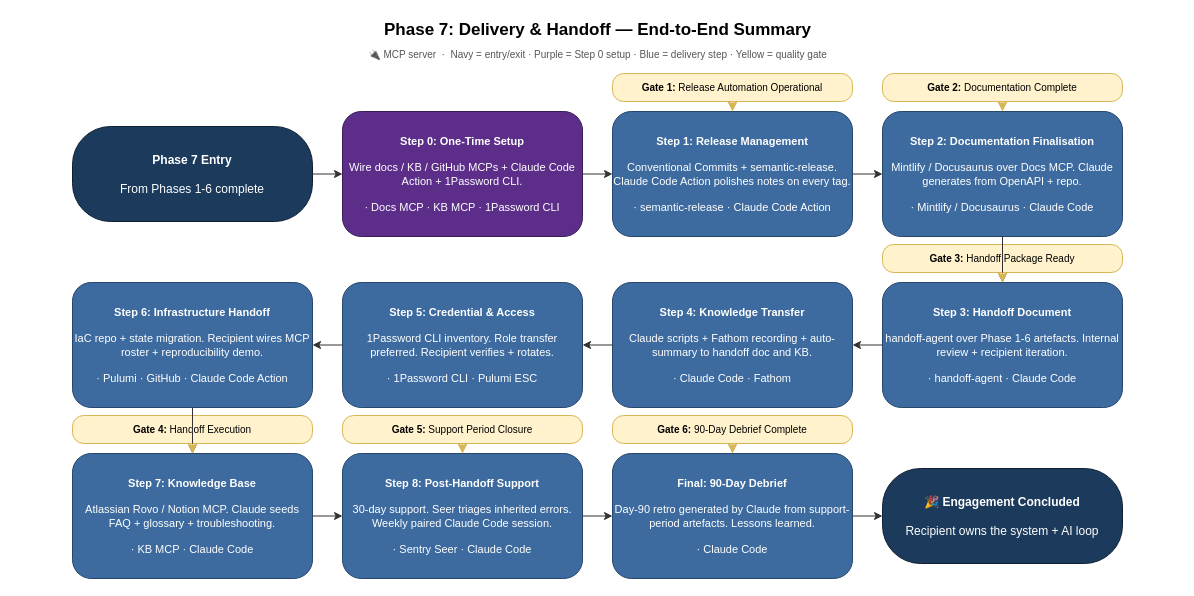
Earlier version of the draw.io diagram aidlc-phases/07-delivery-handoff/FLOWCHART-SUMMARY-horizontal.drawio (kalpat-allion/ai-dlc). Source tidied: cells renumbered, new cells numbered last; positions are measured from the earlier drawing's top-left corner, leaving out a move shared by most shapes. Both pictures are drawn from the tidied source at 100%, with x=0, y=0 at pixel (17, 17).
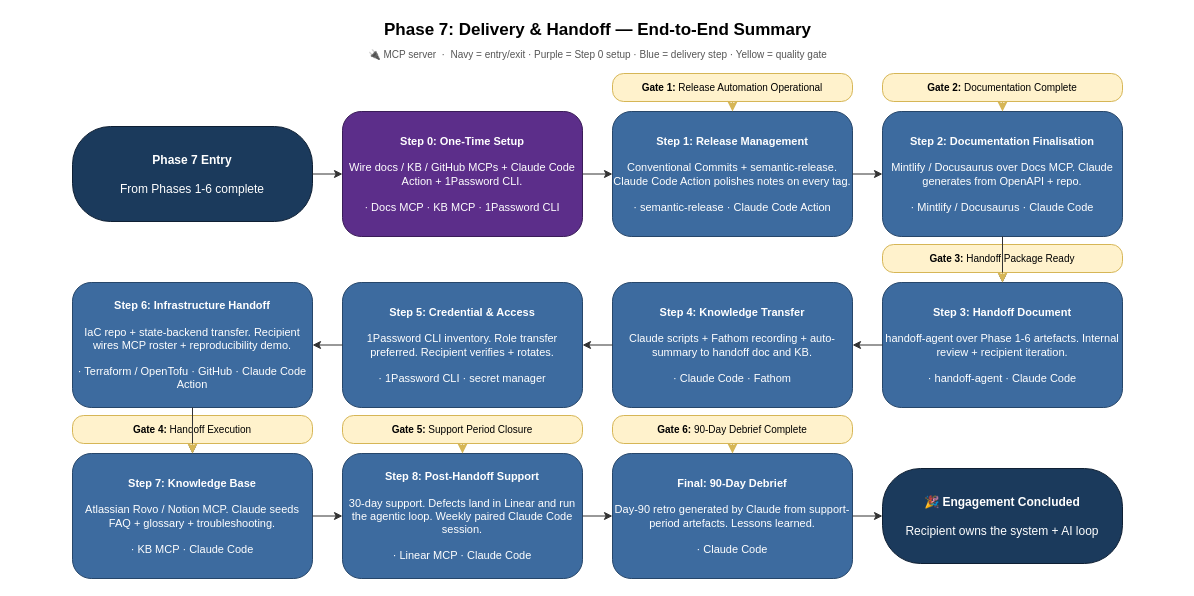
The same page after the edit.

Change to the diagram source:
```diff
@@
-    <mxCell id="13" value="&lt;b&gt;Step 5: Credential &amp;amp; Access&lt;/b&gt;&lt;br&gt;&lt;br&gt;1Password CLI inventory. Role transfer preferred. Recipient verifies + rotates.&lt;br&gt;&lt;br&gt;· 1Password CLI · Pulumi ESC" style="rounded=1;whiteSpace=wrap;html=1;fillColor=#3D6B9F;fontColor=#FFFFFF;strokeColor=#26466A;fontSize=11;" parent="1" vertex="1">
+    <mxCell id="13" value="&lt;b&gt;Step 5: Credential &amp;amp; Access&lt;/b&gt;&lt;br&gt;&lt;br&gt;1Password CLI inventory. Role transfer preferred. Recipient verifies + rotates.&lt;br&gt;&lt;br&gt;· 1Password CLI · secret manager" style="rounded=1;whiteSpace=wrap;html=1;fillColor=#3D6B9F;fontColor=#FFFFFF;strokeColor=#26466A;fontSize=11;" parent="1" vertex="1">
       <mxGeometry x="325" y="265" width="240" height="125" as="geometry" />
     </mxCell>
-    <mxCell id="14" value="&lt;b&gt;Step 6: Infrastructure Handoff&lt;/b&gt;&lt;br&gt;&lt;br&gt;IaC repo + state migration. Recipient wires MCP roster + reproducibility demo.&lt;br&gt;&lt;br&gt;· Pulumi · GitHub · Claude Code Action" style="rounded=1;whiteSpace=wrap;html=1;fillColor=#3D6B9F;fontColor=#FFFFFF;strokeColor=#26466A;fontSize=11;" parent="1" vertex="1">
+    <mxCell id="14" value="&lt;b&gt;Step 6: Infrastructure Handoff&lt;/b&gt;&lt;br&gt;&lt;br&gt;IaC repo + state-backend transfer. Recipient wires MCP roster + reproducibility demo.&lt;br&gt;&lt;br&gt;· Terraform / OpenTofu · GitHub · Claude Code Action" style="rounded=1;whiteSpace=wrap;html=1;fillColor=#3D6B9F;fontColor=#FFFFFF;strokeColor=#26466A;fontSize=11;" parent="1" vertex="1">
       <mxGeometry x="55" y="265" width="240" height="125" as="geometry" />
     </mxCell>
@@
-    <mxCell id="19" value="&lt;b&gt;Step 8: Post-Handoff Support&lt;/b&gt;&lt;br&gt;&lt;br&gt;30-day support. Seer triages inherited errors. Weekly paired Claude Code session.&lt;br&gt;&lt;br&gt;· Sentry Seer · Claude Code" style="rounded=1;whiteSpace=wrap;html=1;fillColor=#3D6B9F;fontColor=#FFFFFF;strokeColor=#26466A;fontSize=11;" parent="1" vertex="1">
+    <mxCell id="19" value="&lt;b&gt;Step 8: Post-Handoff Support&lt;/b&gt;&lt;br&gt;&lt;br&gt;30-day support. Defects land in Linear and run the agentic loop. Weekly paired Claude Code session.&lt;br&gt;&lt;br&gt;· Linear MCP · Claude Code" style="rounded=1;whiteSpace=wrap;html=1;fillColor=#3D6B9F;fontColor=#FFFFFF;strokeColor=#26466A;fontSize=11;" parent="1" vertex="1">
       <mxGeometry x="325" y="436" width="240" height="125" as="geometry" />
     </mxCell>
```
